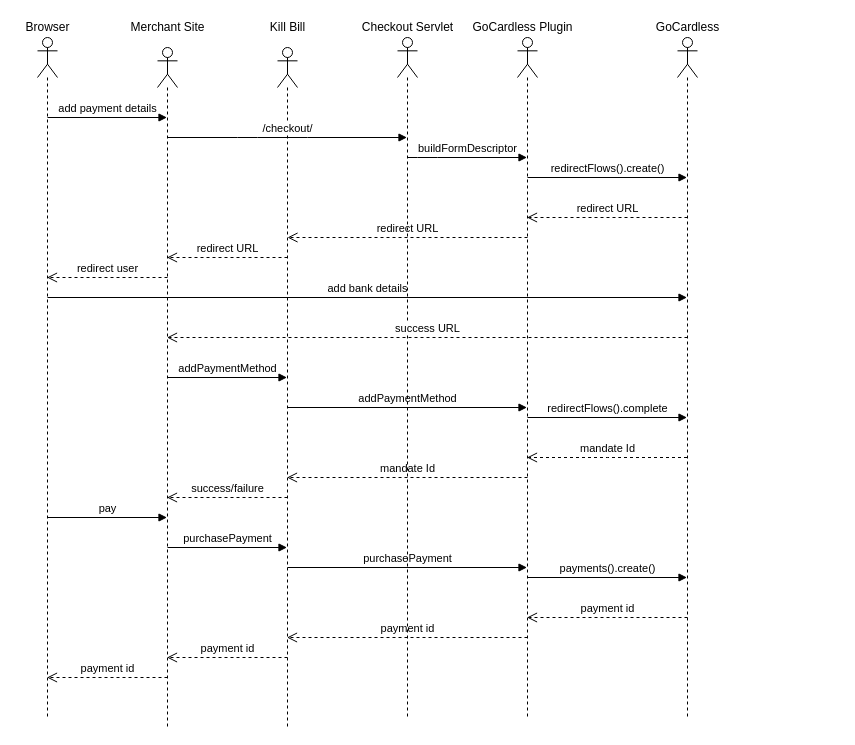
killbill/killbill-docs keeps this draw.io diagram as page "Using-GoCardless-From-KillBill2" (2 of 2) of userguide/assets/PaymentPlugin.drawio. Above is the earlier version. Source tidied: cells renumbered, new cells numbered last; positions are measured from the earlier drawing's top-left corner, leaving out a move shared by most shapes. Both pictures are drawn from the tidied source at 100%, with x=0, y=0 at pixel (17, 17).
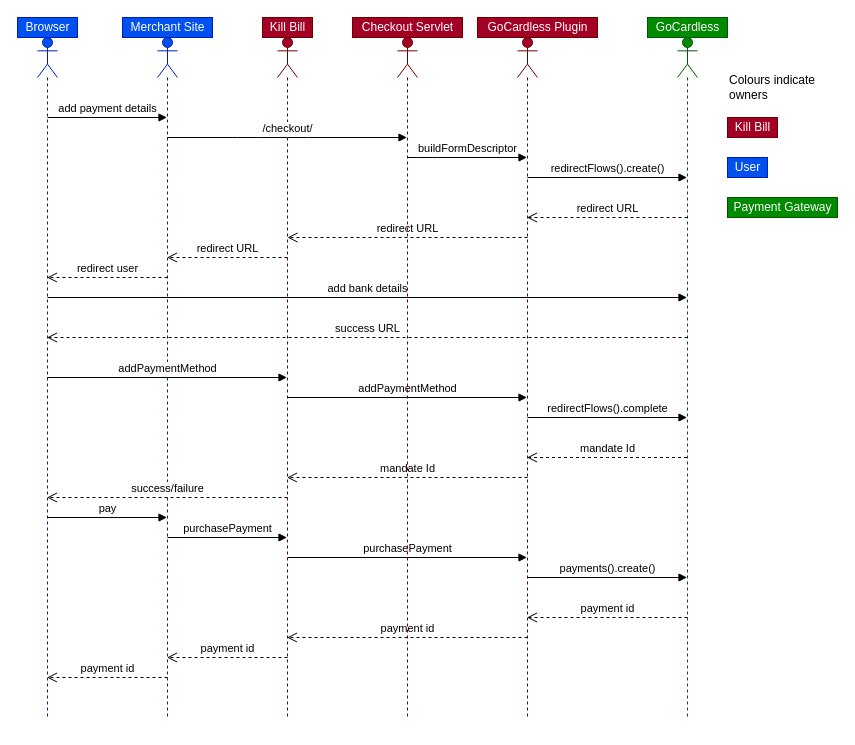
The same page after the edit.

Change to the diagram source:
```diff
@@
-    <mxCell id="2" style="shape=umlLifeline;participant=umlActor;perimeter=lifelinePerimeter;whiteSpace=wrap;html=1;verticalAlign=top;spacingTop=36;outlineConnect=0;" parent="1" vertex="1">
+    <mxCell id="2" style="shape=umlLifeline;participant=umlActor;perimeter=lifelinePerimeter;whiteSpace=wrap;html=1;verticalAlign=top;spacingTop=36;outlineConnect=0;fillColor=#0050ef;strokeColor=#001DBC;fontColor=#ffffff;" parent="1" vertex="1">
       <mxGeometry x="20" y="20" width="20" height="680" as="geometry" />
     </mxCell>
@@
-    <mxCell id="6" value="Browser" style="text;html=1;align=center;verticalAlign=middle;" parent="1" vertex="1">
+    <mxCell id="6" value="Browser" style="text;html=1;align=center;verticalAlign=middle;fillColor=#0050ef;strokeColor=#001DBC;fontColor=#ffffff;" parent="1" vertex="1">
       <mxGeometry width="60" height="20" as="geometry" />
     </mxCell>
-    <mxCell id="7" style="shape=umlLifeline;participant=umlActor;perimeter=lifelinePerimeter;whiteSpace=wrap;html=1;verticalAlign=top;spacingTop=36;outlineConnect=0;" parent="1" vertex="1">
-      <mxGeometry x="140" y="30" width="20" height="680" as="geometry" />
+    <mxCell id="7" style="shape=umlLifeline;participant=umlActor;perimeter=lifelinePerimeter;whiteSpace=wrap;html=1;verticalAlign=top;spacingTop=36;outlineConnect=0;fillColor=#0050ef;strokeColor=#001DBC;fontColor=#ffffff;" parent="1" vertex="1">
+      <mxGeometry x="140" y="20" width="20" height="680" as="geometry" />
     </mxCell>
@@
-    <mxCell id="9" value="addPaymentMethod" style="html=1;verticalAlign=bottom;endArrow=block;" parent="7" edge="1" target="11">
-      <mxGeometry relative="1" as="geometry">
-        <mxPoint x="10" y="330" as="sourcePoint" />
-      </mxGeometry>
-    </mxCell>
-    <mxCell id="10" value="Merchant Site" style="text;html=1;align=center;verticalAlign=middle;" parent="1" vertex="1">
+    <mxCell id="10" value="Merchant Site" style="text;html=1;align=center;verticalAlign=middle;fillColor=#0050ef;strokeColor=#001DBC;fontColor=#ffffff;" parent="1" vertex="1">
       <mxGeometry x="105" width="90" height="20" as="geometry" />
     </mxCell>
-    <mxCell id="11" style="shape=umlLifeline;participant=umlActor;perimeter=lifelinePerimeter;whiteSpace=wrap;html=1;verticalAlign=top;spacingTop=36;outlineConnect=0;" parent="1" vertex="1">
-      <mxGeometry x="260" y="30" width="20" height="680" as="geometry" />
+    <mxCell id="11" style="shape=umlLifeline;participant=umlActor;perimeter=lifelinePerimeter;whiteSpace=wrap;html=1;verticalAlign=top;spacingTop=36;outlineConnect=0;fillColor=#a20025;strokeColor=#6F0000;fontColor=#ffffff;" parent="1" vertex="1">
+      <mxGeometry x="260" y="20" width="20" height="680" as="geometry" />
     </mxCell>
@@
-    <mxCell id="14" value="Kill Bill" style="text;html=1;align=center;verticalAlign=middle;" parent="1" vertex="1">
+    <mxCell id="14" value="Kill Bill" style="text;html=1;align=center;verticalAlign=middle;fillColor=#a20025;strokeColor=#6F0000;fontColor=#ffffff;" parent="1" vertex="1">
       <mxGeometry x="245" width="50" height="20" as="geometry" />
     </mxCell>
-    <mxCell id="15" style="shape=umlLifeline;participant=umlActor;perimeter=lifelinePerimeter;whiteSpace=wrap;html=1;verticalAlign=top;spacingTop=36;outlineConnect=0;" parent="1" vertex="1">
+    <mxCell id="15" style="shape=umlLifeline;participant=umlActor;perimeter=lifelinePerimeter;whiteSpace=wrap;html=1;verticalAlign=top;spacingTop=36;outlineConnect=0;fillColor=#a20025;strokeColor=#6F0000;fontColor=#ffffff;" parent="1" vertex="1">
       <mxGeometry x="500" y="20" width="20" height="680" as="geometry" />
     </mxCell>
@@
-    <mxCell id="19" value="GoCardless Plugin" style="text;html=1;align=center;verticalAlign=middle;" parent="1" vertex="1">
-      <mxGeometry x="445" width="120" height="20" as="geometry" />
+    <mxCell id="19" value="GoCardless Plugin" style="text;html=1;align=center;verticalAlign=middle;fillColor=#a20025;strokeColor=#6F0000;fontColor=#ffffff;" parent="1" vertex="1">
+      <mxGeometry x="460" width="120" height="20" as="geometry" />
     </mxCell>
-    <mxCell id="20" style="shape=umlLifeline;participant=umlActor;perimeter=lifelinePerimeter;whiteSpace=wrap;html=1;verticalAlign=top;spacingTop=36;outlineConnect=0;" parent="1" vertex="1">
+    <mxCell id="20" style="shape=umlLifeline;participant=umlActor;perimeter=lifelinePerimeter;whiteSpace=wrap;html=1;verticalAlign=top;spacingTop=36;outlineConnect=0;fillColor=#008a00;strokeColor=#005700;fontColor=#ffffff;" parent="1" vertex="1">
       <mxGeometry x="660" y="20" width="20" height="680" as="geometry" />
     </mxCell>
-    <mxCell id="21" value="GoCardless" style="text;html=1;align=center;verticalAlign=middle;" parent="1" vertex="1">
+    <mxCell id="21" value="GoCardless" style="text;html=1;align=center;verticalAlign=middle;fillColor=#008a00;strokeColor=#005700;fontColor=#ffffff;" parent="1" vertex="1">
       <mxGeometry x="630" width="80" height="20" as="geometry" />
     </mxCell>
@@
-    <mxCell id="29" value="success/failure" style="html=1;verticalAlign=bottom;endArrow=open;dashed=1;endSize=8;" parent="1" edge="1" target="7">
+    <mxCell id="29" value="success/failure" style="html=1;verticalAlign=bottom;endArrow=open;dashed=1;endSize=8;" parent="1" edge="1" target="2">
       <mxGeometry relative="1" as="geometry">
         <mxPoint x="270" y="480" as="sourcePoint" />
       </mxGeometry>
     </mxCell>
@@
-    <mxCell id="35" style="shape=umlLifeline;participant=umlActor;perimeter=lifelinePerimeter;whiteSpace=wrap;html=1;verticalAlign=top;spacingTop=36;outlineConnect=0;" parent="1" vertex="1">
+    <mxCell id="35" style="shape=umlLifeline;participant=umlActor;perimeter=lifelinePerimeter;whiteSpace=wrap;html=1;verticalAlign=top;spacingTop=36;outlineConnect=0;fillColor=#a20025;strokeColor=#6F0000;fontColor=#ffffff;" parent="1" vertex="1">
       <mxGeometry x="380" y="20" width="20" height="680" as="geometry" />
     </mxCell>
-    <mxCell id="36" value="Checkout Servlet" style="text;html=1;align=center;verticalAlign=middle;" parent="1" vertex="1">
+    <mxCell id="36" value="Checkout Servlet" style="text;html=1;align=center;verticalAlign=middle;fillColor=#a20025;strokeColor=#6F0000;fontColor=#ffffff;" parent="1" vertex="1">
       <mxGeometry x="335" width="110" height="20" as="geometry" />
     </mxCell>
-    <mxCell id="37" value="success URL" style="html=1;verticalAlign=bottom;endArrow=open;dashed=1;endSize=8;" parent="1" edge="1" target="7">
+    <mxCell id="37" value="success URL" style="html=1;verticalAlign=bottom;endArrow=open;dashed=1;endSize=8;" parent="1" edge="1" target="2">
       <mxGeometry relative="1" as="geometry">
         <mxPoint x="670" y="320" as="sourcePoint" />
       </mxGeometry>
     </mxCell>
+    <mxCell id="9" value="addPaymentMethod" style="html=1;verticalAlign=bottom;endArrow=block;" parent="1" edge="1" source="2" target="11">
+      <mxGeometry relative="1" as="geometry" />
+    </mxCell>
+    <mxCell id="38" value="Kill Bill" style="text;html=1;align=center;verticalAlign=middle;fillColor=#a20025;strokeColor=#6F0000;fontColor=#ffffff;" parent="1" vertex="1">
+      <mxGeometry x="710" y="100" width="50" height="20" as="geometry" />
+    </mxCell>
+    <mxCell id="39" value="User" style="text;html=1;align=center;verticalAlign=middle;fillColor=#0050ef;strokeColor=#001DBC;fontColor=#ffffff;" parent="1" vertex="1">
+      <mxGeometry x="710" y="140" width="40" height="20" as="geometry" />
+    </mxCell>
+    <mxCell id="40" value="Payment Gateway" style="text;html=1;align=center;verticalAlign=middle;fillColor=#008a00;strokeColor=#005700;fontColor=#ffffff;" parent="1" vertex="1">
+      <mxGeometry x="710" y="180" width="110" height="20" as="geometry" />
+    </mxCell>
+    <mxCell id="41" value="Colours indicate owners" style="text;html=1;strokeColor=none;fillColor=none;align=left;verticalAlign=middle;whiteSpace=wrap;rounded=0;dashed=1;" parent="1" vertex="1">
+      <mxGeometry x="710" y="60" width="100" height="20" as="geometry" />
+    </mxCell>
```
